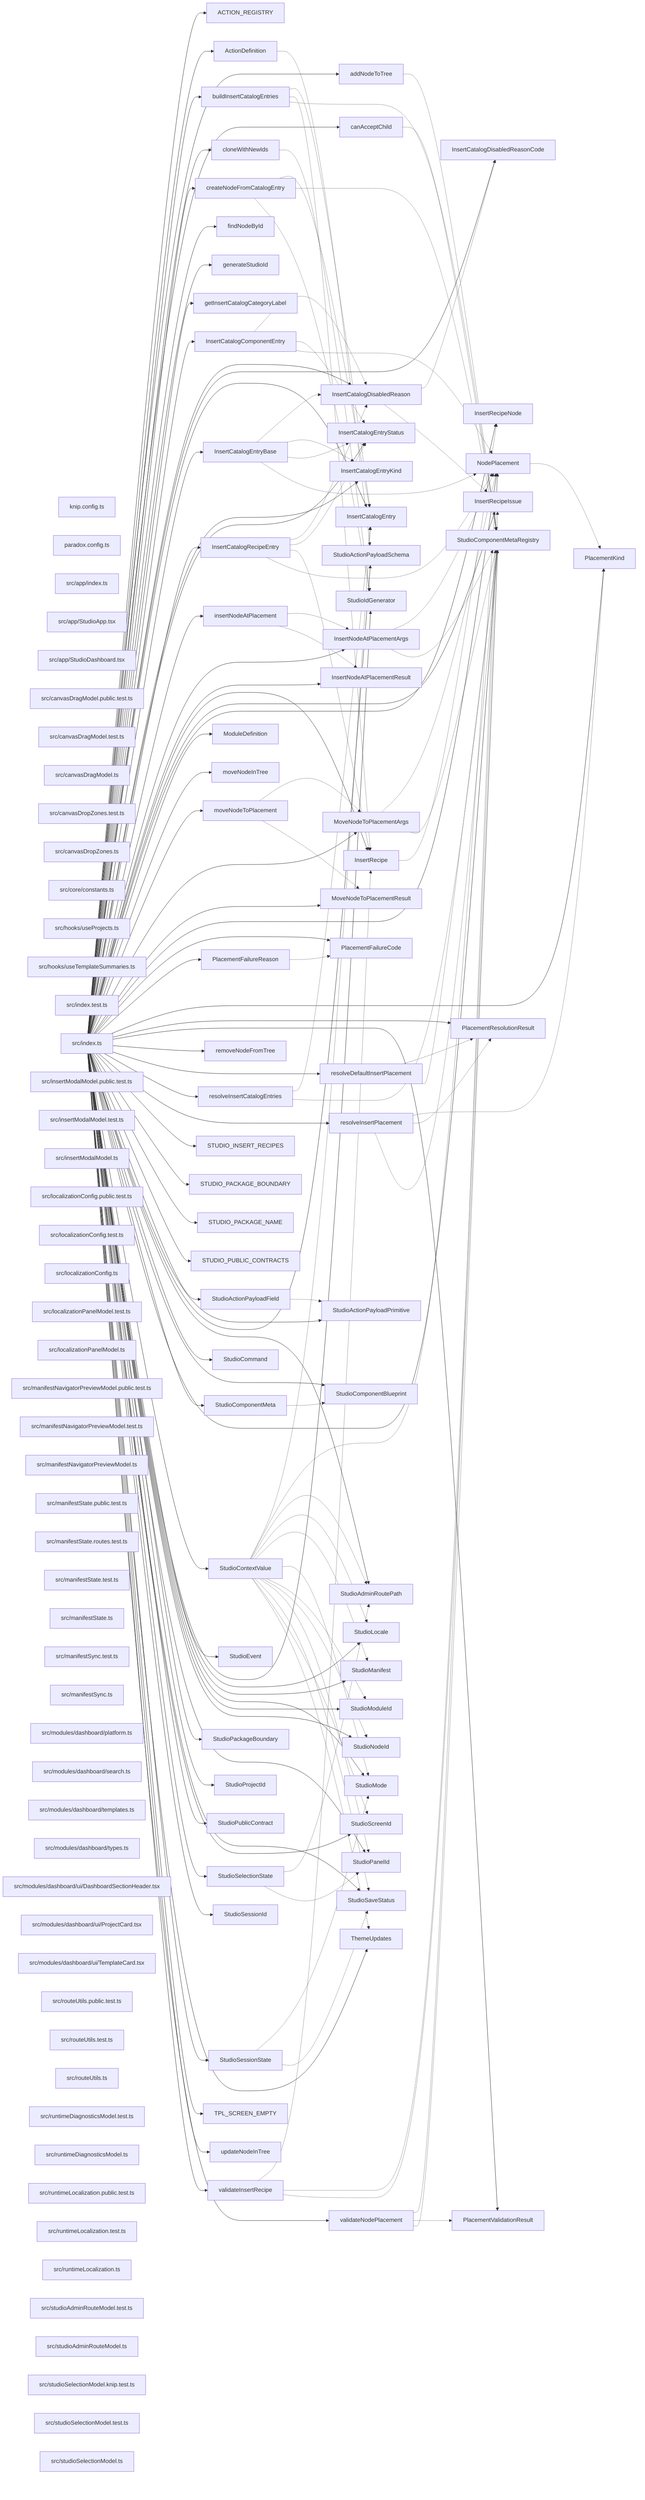
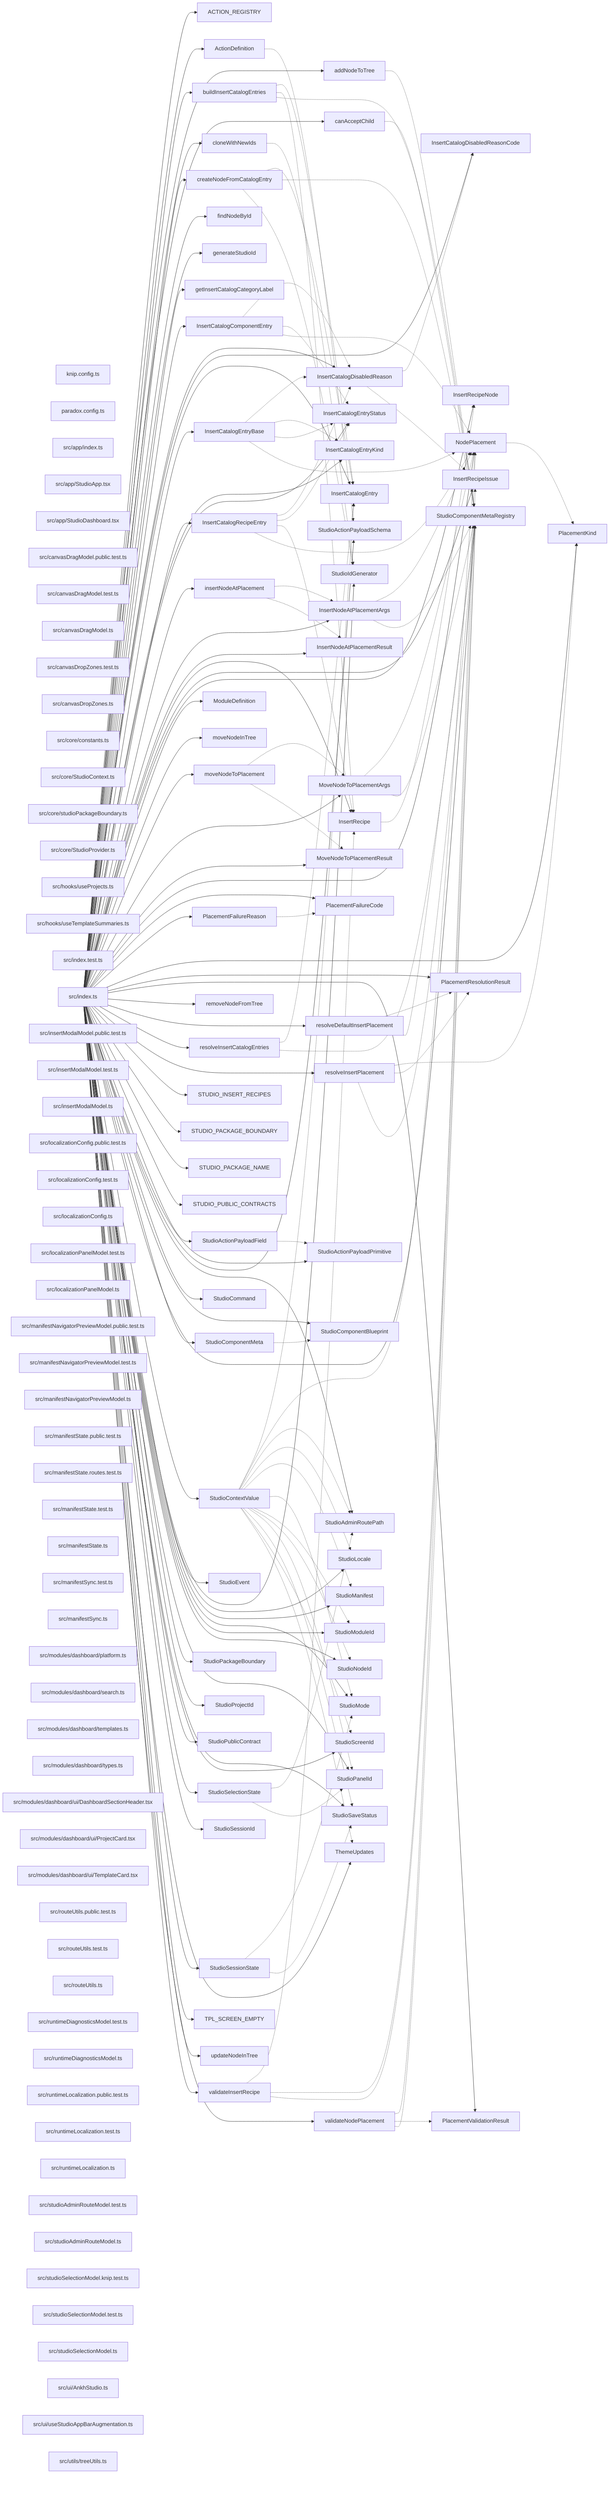
graph LR
  module_knip_config_ts["knip.config.ts"]
  module_paradox_config_ts["paradox.config.ts"]
  module_src_app_index_ts["src/app/index.ts"]
  module_src_app_StudioApp_tsx["src/app/StudioApp.tsx"]
  module_src_app_StudioDashboard_tsx["src/app/StudioDashboard.tsx"]
  module_src_canvasDragModel_public_test_ts["src/canvasDragModel.public.test.ts"]
  module_src_canvasDragModel_test_ts["src/canvasDragModel.test.ts"]
  module_src_canvasDragModel_ts["src/canvasDragModel.ts"]
  module_src_canvasDropZones_test_ts["src/canvasDropZones.test.ts"]
  module_src_canvasDropZones_ts["src/canvasDropZones.ts"]
  module_src_core_constants_ts["src/core/constants.ts"]
+   module_src_core_StudioContext_ts["src/core/StudioContext.ts"]
+   module_src_core_studioPackageBoundary_ts["src/core/studioPackageBoundary.ts"]
+   module_src_core_StudioProvider_ts["src/core/StudioProvider.ts"]
  module_src_hooks_useProjects_ts["src/hooks/useProjects.ts"]
  module_src_hooks_useTemplateSummaries_ts["src/hooks/useTemplateSummaries.ts"]
  module_src_index_test_ts["src/index.test.ts"]
  module_src_index_ts["src/index.ts"]
  module_src_insertModalModel_public_test_ts["src/insertModalModel.public.test.ts"]
  module_src_insertModalModel_test_ts["src/insertModalModel.test.ts"]
  module_src_insertModalModel_ts["src/insertModalModel.ts"]
  module_src_localizationConfig_public_test_ts["src/localizationConfig.public.test.ts"]
  module_src_localizationConfig_test_ts["src/localizationConfig.test.ts"]
  module_src_localizationConfig_ts["src/localizationConfig.ts"]
  module_src_localizationPanelModel_test_ts["src/localizationPanelModel.test.ts"]
  module_src_localizationPanelModel_ts["src/localizationPanelModel.ts"]
  module_src_manifestNavigatorPreviewModel_public_test_ts["src/manifestNavigatorPreviewModel.public.test.ts"]
  module_src_manifestNavigatorPreviewModel_test_ts["src/manifestNavigatorPreviewModel.test.ts"]
  module_src_manifestNavigatorPreviewModel_ts["src/manifestNavigatorPreviewModel.ts"]
  module_src_manifestState_public_test_ts["src/manifestState.public.test.ts"]
  module_src_manifestState_routes_test_ts["src/manifestState.routes.test.ts"]
  module_src_manifestState_test_ts["src/manifestState.test.ts"]
  module_src_manifestState_ts["src/manifestState.ts"]
  module_src_manifestSync_test_ts["src/manifestSync.test.ts"]
  module_src_manifestSync_ts["src/manifestSync.ts"]
  module_src_modules_dashboard_platform_ts["src/modules/dashboard/platform.ts"]
  module_src_modules_dashboard_search_ts["src/modules/dashboard/search.ts"]
  module_src_modules_dashboard_templates_ts["src/modules/dashboard/templates.ts"]
  module_src_modules_dashboard_types_ts["src/modules/dashboard/types.ts"]
  module_src_modules_dashboard_ui_DashboardSectionHeader_tsx["src/modules/dashboard/ui/DashboardSectionHeader.tsx"]
  module_src_modules_dashboard_ui_ProjectCard_tsx["src/modules/dashboard/ui/ProjectCard.tsx"]
  module_src_modules_dashboard_ui_TemplateCard_tsx["src/modules/dashboard/ui/TemplateCard.tsx"]
  module_src_routeUtils_public_test_ts["src/routeUtils.public.test.ts"]
  module_src_routeUtils_test_ts["src/routeUtils.test.ts"]
  module_src_routeUtils_ts["src/routeUtils.ts"]
  module_src_runtimeDiagnosticsModel_test_ts["src/runtimeDiagnosticsModel.test.ts"]
  module_src_runtimeDiagnosticsModel_ts["src/runtimeDiagnosticsModel.ts"]
  module_src_runtimeLocalization_public_test_ts["src/runtimeLocalization.public.test.ts"]
  module_src_runtimeLocalization_test_ts["src/runtimeLocalization.test.ts"]
  module_src_runtimeLocalization_ts["src/runtimeLocalization.ts"]
  module_src_studioAdminRouteModel_test_ts["src/studioAdminRouteModel.test.ts"]
  module_src_studioAdminRouteModel_ts["src/studioAdminRouteModel.ts"]
  module_src_studioSelectionModel_knip_test_ts["src/studioSelectionModel.knip.test.ts"]
  module_src_studioSelectionModel_test_ts["src/studioSelectionModel.test.ts"]
  module_src_studioSelectionModel_ts["src/studioSelectionModel.ts"]
+   module_src_ui_AnkhStudio_ts["src/ui/AnkhStudio.ts"]
+   module_src_ui_useStudioAppBarAugmentation_ts["src/ui/useStudioAppBarAugmentation.ts"]
+   module_src_utils_treeUtils_ts["src/utils/treeUtils.ts"]
  export_ACTION_REGISTRY["ACTION_REGISTRY"]
  module_src_index_ts --> export_ACTION_REGISTRY
  export_ActionDefinition["ActionDefinition"]
  module_src_index_ts --> export_ActionDefinition
  export_ActionDefinition -.-> export_StudioActionPayloadSchema
  export_addNodeToTree["addNodeToTree"]
  module_src_index_ts --> export_addNodeToTree
  export_addNodeToTree -.-> export_StudioComponentMetaRegistry
  export_buildInsertCatalogEntries["buildInsertCatalogEntries"]
  module_src_index_ts --> export_buildInsertCatalogEntries
  export_buildInsertCatalogEntries -.-> export_InsertCatalogEntry
  export_buildInsertCatalogEntries -.-> export_InsertRecipe
  export_buildInsertCatalogEntries -.-> export_StudioComponentMetaRegistry
  export_canAcceptChild["canAcceptChild"]
  module_src_index_ts --> export_canAcceptChild
  export_canAcceptChild -.-> export_StudioComponentMetaRegistry
  export_cloneWithNewIds["cloneWithNewIds"]
  module_src_index_ts --> export_cloneWithNewIds
  export_cloneWithNewIds -.-> export_StudioIdGenerator
  export_createNodeFromCatalogEntry["createNodeFromCatalogEntry"]
  module_src_index_ts --> export_createNodeFromCatalogEntry
  export_createNodeFromCatalogEntry -.-> export_InsertCatalogEntry
  export_createNodeFromCatalogEntry -.-> export_StudioComponentMetaRegistry
  export_createNodeFromCatalogEntry -.-> export_StudioIdGenerator
  export_findNodeById["findNodeById"]
  module_src_index_ts --> export_findNodeById
  export_generateStudioId["generateStudioId"]
  module_src_index_ts --> export_generateStudioId
  export_getInsertCatalogCategoryLabel["getInsertCatalogCategoryLabel"]
  module_src_index_ts --> export_getInsertCatalogCategoryLabel
  export_InsertCatalogComponentEntry["InsertCatalogComponentEntry"]
  module_src_index_ts --> export_InsertCatalogComponentEntry
  export_InsertCatalogComponentEntry -.-> export_InsertCatalogDisabledReason
  export_InsertCatalogComponentEntry -.-> export_InsertCatalogEntryStatus
  export_InsertCatalogComponentEntry -.-> export_NodePlacement
  export_InsertCatalogDisabledReason["InsertCatalogDisabledReason"]
  module_src_index_ts --> export_InsertCatalogDisabledReason
  export_InsertCatalogDisabledReason -.-> export_InsertCatalogDisabledReasonCode
  export_InsertCatalogDisabledReason -.-> export_InsertRecipeIssue
  export_InsertCatalogDisabledReasonCode["InsertCatalogDisabledReasonCode"]
  module_src_index_ts --> export_InsertCatalogDisabledReasonCode
  export_InsertCatalogEntry["InsertCatalogEntry"]
  module_src_index_ts --> export_InsertCatalogEntry
  export_InsertCatalogEntryBase["InsertCatalogEntryBase"]
  module_src_index_ts --> export_InsertCatalogEntryBase
  export_InsertCatalogEntryBase -.-> export_InsertCatalogDisabledReason
  export_InsertCatalogEntryBase -.-> export_InsertCatalogEntryKind
  export_InsertCatalogEntryBase -.-> export_InsertCatalogEntryStatus
  export_InsertCatalogEntryBase -.-> export_NodePlacement
  export_InsertCatalogEntryKind["InsertCatalogEntryKind"]
  module_src_index_ts --> export_InsertCatalogEntryKind
  export_InsertCatalogEntryStatus["InsertCatalogEntryStatus"]
  module_src_index_ts --> export_InsertCatalogEntryStatus
  export_InsertCatalogRecipeEntry["InsertCatalogRecipeEntry"]
  module_src_index_ts --> export_InsertCatalogRecipeEntry
  export_InsertCatalogRecipeEntry -.-> export_InsertCatalogDisabledReason
  export_InsertCatalogRecipeEntry -.-> export_InsertCatalogEntryStatus
  export_InsertCatalogRecipeEntry -.-> export_InsertRecipe
  export_InsertCatalogRecipeEntry -.-> export_NodePlacement
  export_insertNodeAtPlacement["insertNodeAtPlacement"]
  module_src_index_ts --> export_insertNodeAtPlacement
  export_insertNodeAtPlacement -.-> export_InsertNodeAtPlacementArgs
  export_insertNodeAtPlacement -.-> export_InsertNodeAtPlacementResult
  export_InsertNodeAtPlacementArgs["InsertNodeAtPlacementArgs"]
  module_src_index_ts --> export_InsertNodeAtPlacementArgs
  export_InsertNodeAtPlacementArgs -.-> export_NodePlacement
  export_InsertNodeAtPlacementArgs -.-> export_StudioComponentMetaRegistry
  export_InsertNodeAtPlacementResult["InsertNodeAtPlacementResult"]
  module_src_index_ts --> export_InsertNodeAtPlacementResult
  export_InsertRecipe["InsertRecipe"]
  module_src_index_ts --> export_InsertRecipe
  export_InsertRecipe -.-> export_InsertRecipeNode
  export_InsertRecipeIssue["InsertRecipeIssue"]
  module_src_index_ts --> export_InsertRecipeIssue
  export_InsertRecipeNode["InsertRecipeNode"]
  module_src_index_ts --> export_InsertRecipeNode
  export_ModuleDefinition["ModuleDefinition"]
  module_src_index_ts --> export_ModuleDefinition
  export_moveNodeInTree["moveNodeInTree"]
  module_src_index_ts --> export_moveNodeInTree
  export_moveNodeToPlacement["moveNodeToPlacement"]
  module_src_index_ts --> export_moveNodeToPlacement
  export_moveNodeToPlacement -.-> export_MoveNodeToPlacementArgs
  export_moveNodeToPlacement -.-> export_MoveNodeToPlacementResult
  export_MoveNodeToPlacementArgs["MoveNodeToPlacementArgs"]
  module_src_index_ts --> export_MoveNodeToPlacementArgs
  export_MoveNodeToPlacementArgs -.-> export_NodePlacement
  export_MoveNodeToPlacementArgs -.-> export_StudioComponentMetaRegistry
  export_MoveNodeToPlacementResult["MoveNodeToPlacementResult"]
  module_src_index_ts --> export_MoveNodeToPlacementResult
  export_NodePlacement["NodePlacement"]
  module_src_index_ts --> export_NodePlacement
  export_NodePlacement -.-> export_PlacementKind
  export_PlacementFailureCode["PlacementFailureCode"]
  module_src_index_ts --> export_PlacementFailureCode
  export_PlacementFailureReason["PlacementFailureReason"]
  module_src_index_ts --> export_PlacementFailureReason
  export_PlacementFailureReason -.-> export_PlacementFailureCode
  export_PlacementKind["PlacementKind"]
  module_src_index_ts --> export_PlacementKind
  export_PlacementResolutionResult["PlacementResolutionResult"]
  module_src_index_ts --> export_PlacementResolutionResult
  export_PlacementValidationResult["PlacementValidationResult"]
  module_src_index_ts --> export_PlacementValidationResult
  export_removeNodeFromTree["removeNodeFromTree"]
  module_src_index_ts --> export_removeNodeFromTree
  export_resolveDefaultInsertPlacement["resolveDefaultInsertPlacement"]
  module_src_index_ts --> export_resolveDefaultInsertPlacement
  export_resolveDefaultInsertPlacement -.-> export_PlacementResolutionResult
  export_resolveDefaultInsertPlacement -.-> export_StudioComponentMetaRegistry
  export_resolveInsertCatalogEntries["resolveInsertCatalogEntries"]
  module_src_index_ts --> export_resolveInsertCatalogEntries
  export_resolveInsertCatalogEntries -.-> export_InsertCatalogEntry
  export_resolveInsertCatalogEntries -.-> export_StudioComponentMetaRegistry
  export_resolveInsertPlacement["resolveInsertPlacement"]
  module_src_index_ts --> export_resolveInsertPlacement
  export_resolveInsertPlacement -.-> export_PlacementKind
  export_resolveInsertPlacement -.-> export_PlacementResolutionResult
  export_resolveInsertPlacement -.-> export_StudioComponentMetaRegistry
  export_STUDIO_INSERT_RECIPES["STUDIO_INSERT_RECIPES"]
  module_src_index_ts --> export_STUDIO_INSERT_RECIPES
  export_STUDIO_PACKAGE_BOUNDARY["STUDIO_PACKAGE_BOUNDARY"]
  module_src_index_ts --> export_STUDIO_PACKAGE_BOUNDARY
  export_STUDIO_PACKAGE_NAME["STUDIO_PACKAGE_NAME"]
  module_src_index_ts --> export_STUDIO_PACKAGE_NAME
  export_STUDIO_PUBLIC_CONTRACTS["STUDIO_PUBLIC_CONTRACTS"]
  module_src_index_ts --> export_STUDIO_PUBLIC_CONTRACTS
  export_StudioActionPayloadField["StudioActionPayloadField"]
  module_src_index_ts --> export_StudioActionPayloadField
  export_StudioActionPayloadField -.-> export_StudioActionPayloadPrimitive
  export_StudioActionPayloadPrimitive["StudioActionPayloadPrimitive"]
  module_src_index_ts --> export_StudioActionPayloadPrimitive
  export_StudioActionPayloadSchema["StudioActionPayloadSchema"]
  module_src_index_ts --> export_StudioActionPayloadSchema
  export_StudioAdminRoutePath["StudioAdminRoutePath"]
  module_src_index_ts --> export_StudioAdminRoutePath
  export_StudioCommand["StudioCommand"]
  module_src_index_ts --> export_StudioCommand
  export_StudioComponentBlueprint["StudioComponentBlueprint"]
  module_src_index_ts --> export_StudioComponentBlueprint
  export_StudioComponentMeta["StudioComponentMeta"]
  module_src_index_ts --> export_StudioComponentMeta
  export_StudioComponentMeta -.-> export_StudioComponentBlueprint
  export_StudioComponentMetaRegistry["StudioComponentMetaRegistry"]
  module_src_index_ts --> export_StudioComponentMetaRegistry
  export_StudioContextValue["StudioContextValue"]
  module_src_index_ts --> export_StudioContextValue
  export_StudioContextValue -.-> export_InsertCatalogEntry
  export_StudioContextValue -.-> export_NodePlacement
  export_StudioContextValue -.-> export_StudioAdminRoutePath
  export_StudioContextValue -.-> export_StudioLocale
  export_StudioContextValue -.-> export_StudioManifest
  export_StudioContextValue -.-> export_StudioMode
  export_StudioContextValue -.-> export_StudioModuleId
  export_StudioContextValue -.-> export_StudioNodeId
  export_StudioContextValue -.-> export_StudioPanelId
  export_StudioContextValue -.-> export_StudioSaveStatus
  export_StudioContextValue -.-> export_StudioScreenId
  export_StudioContextValue -.-> export_ThemeUpdates
  export_StudioEvent["StudioEvent"]
  module_src_index_ts --> export_StudioEvent
  export_StudioIdGenerator["StudioIdGenerator"]
  module_src_index_ts --> export_StudioIdGenerator
  export_StudioLocale["StudioLocale"]
  module_src_index_ts --> export_StudioLocale
  export_StudioManifest["StudioManifest"]
  module_src_index_ts --> export_StudioManifest
  export_StudioMode["StudioMode"]
  module_src_index_ts --> export_StudioMode
  export_StudioModuleId["StudioModuleId"]
  module_src_index_ts --> export_StudioModuleId
  export_StudioNodeId["StudioNodeId"]
  module_src_index_ts --> export_StudioNodeId
  export_StudioPackageBoundary["StudioPackageBoundary"]
  module_src_index_ts --> export_StudioPackageBoundary
  export_StudioPanelId["StudioPanelId"]
  module_src_index_ts --> export_StudioPanelId
  export_StudioProjectId["StudioProjectId"]
  module_src_index_ts --> export_StudioProjectId
  export_StudioPublicContract["StudioPublicContract"]
  module_src_index_ts --> export_StudioPublicContract
  export_StudioSaveStatus["StudioSaveStatus"]
  module_src_index_ts --> export_StudioSaveStatus
  export_StudioScreenId["StudioScreenId"]
  module_src_index_ts --> export_StudioScreenId
  export_StudioSelectionState["StudioSelectionState"]
  module_src_index_ts --> export_StudioSelectionState
  export_StudioSelectionState -.-> export_StudioAdminRoutePath
  export_StudioSelectionState -.-> export_StudioPanelId
  export_StudioSessionId["StudioSessionId"]
  module_src_index_ts --> export_StudioSessionId
  export_StudioSessionState["StudioSessionState"]
  module_src_index_ts --> export_StudioSessionState
  export_StudioSessionState -.-> export_StudioMode
  export_StudioSessionState -.-> export_StudioSaveStatus
  export_ThemeUpdates["ThemeUpdates"]
  module_src_index_ts --> export_ThemeUpdates
  export_TPL_SCREEN_EMPTY["TPL_SCREEN_EMPTY"]
  module_src_index_ts --> export_TPL_SCREEN_EMPTY
  export_updateNodeInTree["updateNodeInTree"]
  module_src_index_ts --> export_updateNodeInTree
  export_validateInsertRecipe["validateInsertRecipe"]
  module_src_index_ts --> export_validateInsertRecipe
  export_validateInsertRecipe -.-> export_InsertRecipe
  export_validateInsertRecipe -.-> export_InsertRecipeIssue
  export_validateInsertRecipe -.-> export_StudioComponentMetaRegistry
  export_validateNodePlacement["validateNodePlacement"]
  module_src_index_ts --> export_validateNodePlacement
  export_validateNodePlacement -.-> export_NodePlacement
  export_validateNodePlacement -.-> export_PlacementValidationResult
  export_validateNodePlacement -.-> export_StudioComponentMetaRegistry
